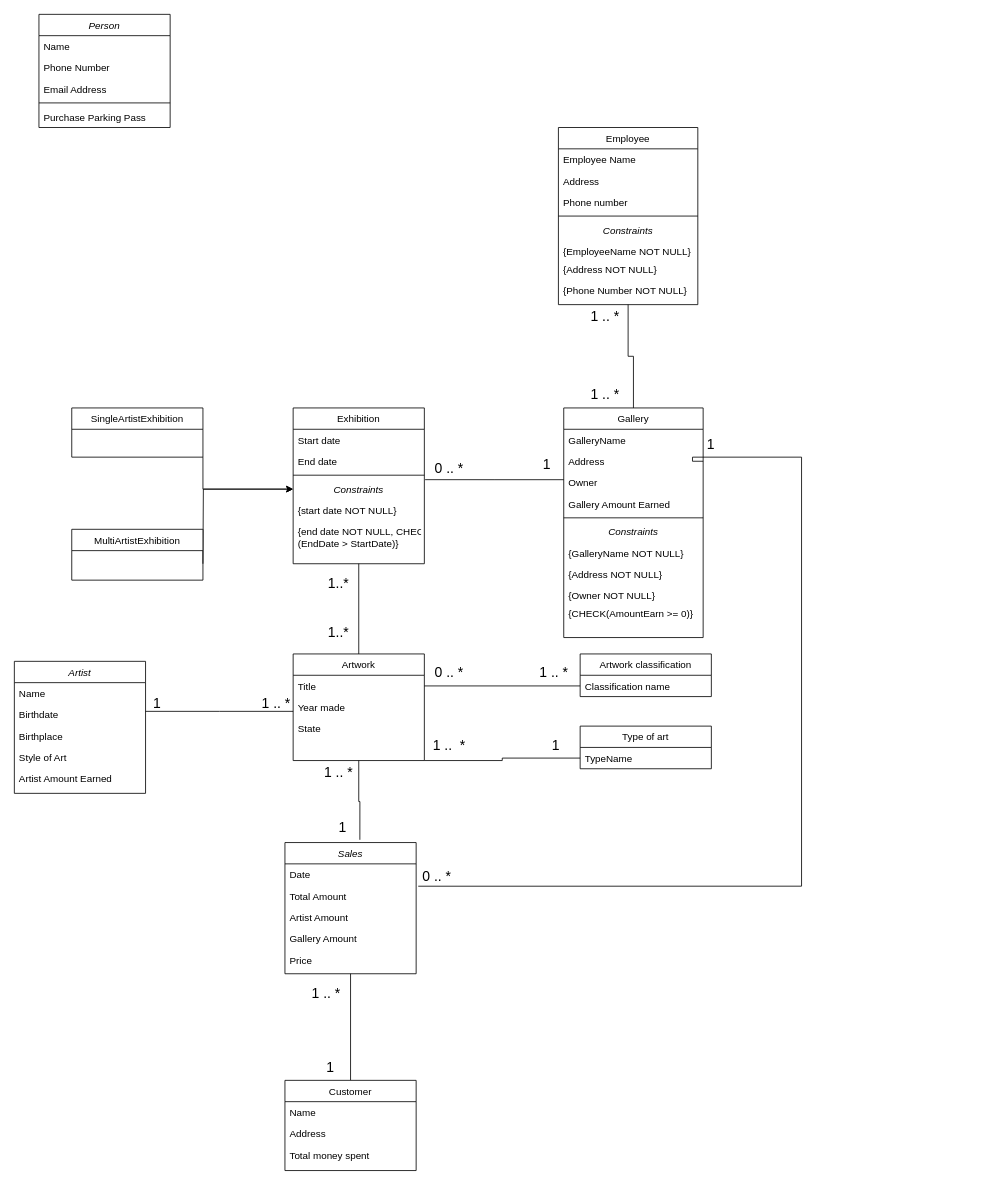
brito-bernardo/database-modeling keeps this draw.io diagram as ArtGallery.drawio. Above is the earlier version. Source tidied: cells renumbered, new cells numbered last; positions are measured from the earlier drawing's top-left corner, leaving out a move shared by most shapes. Both pictures are drawn from the tidied source at 82%, with x=0, y=0 at pixel (14, 14).
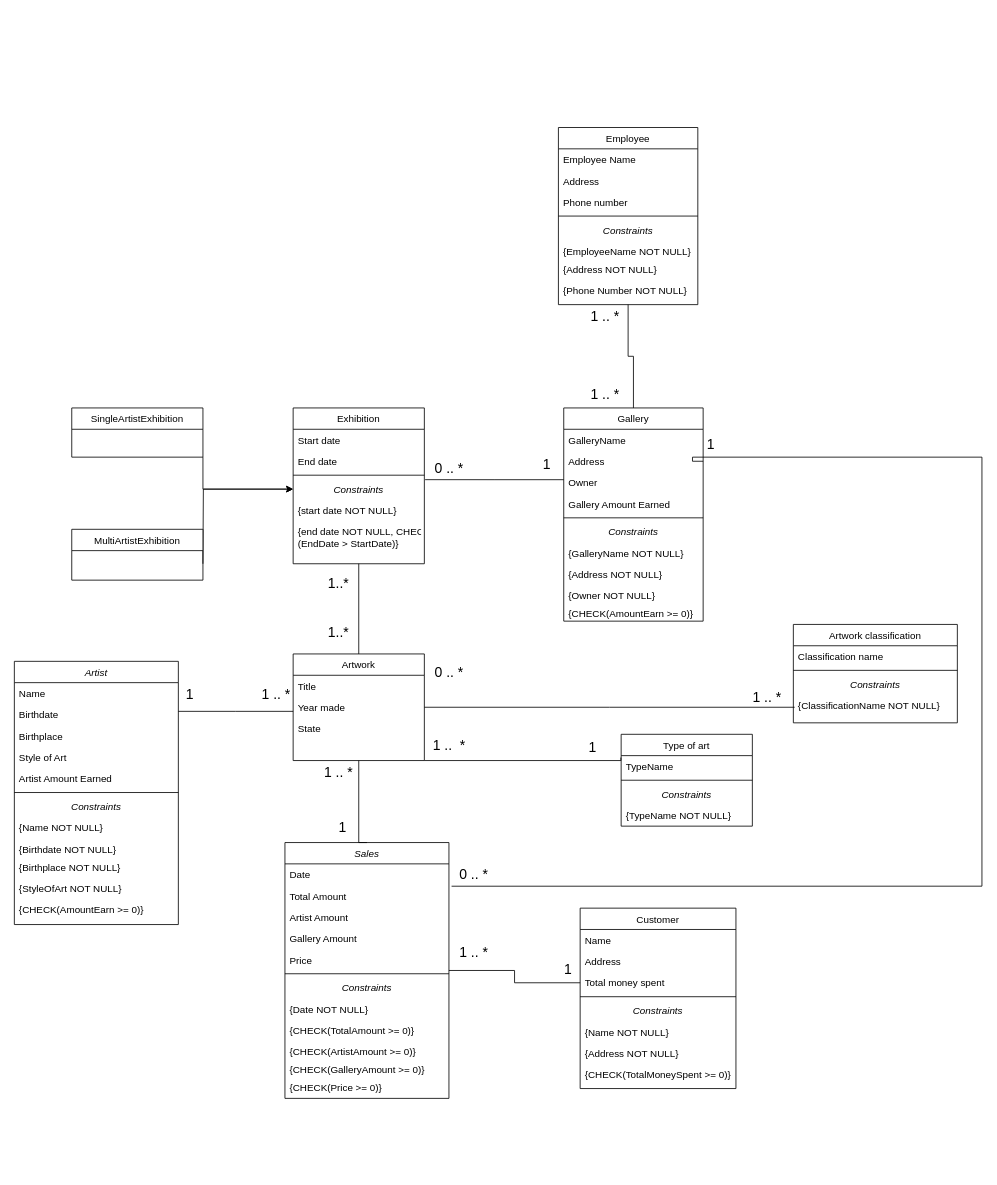
After the change.

Unchanged cells that the change refers to:
```xml
<mxCell id="15" value="Artwork" style="swimlane;fontStyle=0;align=center;verticalAlign=top;horizontal=1;startSize=26;rounded=0;shadow=0;strokeWidth=1;" parent="1" vertex="1">
  <mxGeometry x="340" y="780" width="160" height="130" as="geometry" />
</mxCell>
<mxCell id="16" value="Title" style="text;align=left;verticalAlign=top;spacingLeft=4;spacingRight=4;overflow=hidden;points=[[0,0.5],[1,0.5]];portConstraint=eastwest;" parent="15" vertex="1">
  <mxGeometry y="26" width="160" height="26" as="geometry" />
</mxCell>
<mxCell id="17" value="Year made" style="text;align=left;verticalAlign=top;spacingLeft=4;spacingRight=4;overflow=hidden;points=[[0,0.5],[1,0.5]];portConstraint=eastwest;rounded=0;shadow=0;html=0;" parent="15" vertex="1">
  <mxGeometry y="52" width="160" height="26" as="geometry" />
</mxCell>
<mxCell id="19" style="endArrow=none;shadow=0;strokeWidth=1;rounded=0;endFill=0;edgeStyle=elbowEdgeStyle;elbow=vertical;" parent="1" edge="1" source="2" target="15">
  <mxGeometry x="0.5" y="41" relative="1" as="geometry">
    <mxPoint x="-40" y="32" as="offset" />
  </mxGeometry>
</mxCell>
<mxCell id="36" value="Address" style="text;align=left;verticalAlign=top;spacingLeft=4;spacingRight=4;overflow=hidden;points=[[0,0.5],[1,0.5]];portConstraint=eastwest;rounded=0;shadow=0;html=0;" parent="34" vertex="1">
  <mxGeometry y="52" width="170" height="26" as="geometry" />
</mxCell>
<mxCell id="49" value="TypeName" style="text;align=left;verticalAlign=top;spacingLeft=4;spacingRight=4;overflow=hidden;points=[[0,0.5],[1,0.5]];portConstraint=eastwest;" parent="48" vertex="1">
  <mxGeometry y="26" width="160" height="26" as="geometry" />
</mxCell>
```

What changed in the source:
```diff
@@
     <mxCell id="2" value="Artist" style="swimlane;fontStyle=2;align=center;verticalAlign=top;horizontal=1;startSize=26;rounded=0;shadow=0;strokeWidth=1;" parent="1" vertex="1">
-      <mxGeometry y="789" width="160" height="161" as="geometry" />
+      <mxGeometry y="789" width="200" height="321" as="geometry" />
     </mxCell>
     <mxCell id="3" value="Name" style="text;align=left;verticalAlign=top;spacingLeft=4;spacingRight=4;overflow=hidden;" parent="2" vertex="1">
-      <mxGeometry y="26" width="160" height="26" as="geometry" />
+      <mxGeometry y="26" width="200" height="26" as="geometry" />
     </mxCell>
     <mxCell id="4" value="Birthdate" style="text;align=left;verticalAlign=top;spacingLeft=4;spacingRight=4;overflow=hidden;rounded=0;shadow=0;html=0;" parent="2" vertex="1">
-      <mxGeometry y="52" width="160" height="26" as="geometry" />
+      <mxGeometry y="52" width="200" height="26" as="geometry" />
     </mxCell>
     <mxCell id="5" value="Birthplace" style="text;align=left;verticalAlign=top;spacingLeft=4;spacingRight=4;overflow=hidden;rounded=0;shadow=0;html=0;" parent="2" vertex="1">
-      <mxGeometry y="78" width="160" height="26" as="geometry" />
+      <mxGeometry y="78" width="200" height="26" as="geometry" />
     </mxCell>
     <mxCell id="6" value="Style of Art" style="text;align=left;verticalAlign=top;spacingLeft=4;spacingRight=4;overflow=hidden;rounded=0;shadow=0;html=0;" parent="2" vertex="1">
-      <mxGeometry y="104" width="160" height="26" as="geometry" />
+      <mxGeometry y="104" width="200" height="26" as="geometry" />
     </mxCell>
     <mxCell id="7" value="Artist Amount Earned" style="text;align=left;verticalAlign=top;spacingLeft=4;spacingRight=4;overflow=hidden;rounded=0;shadow=0;html=0;" parent="2" vertex="1">
-      <mxGeometry y="130" width="160" height="26" as="geometry" />
+      <mxGeometry y="130" width="200" height="26" as="geometry" />
     </mxCell>
+    <mxCell id="90" style="line;html=1;strokeWidth=1;align=left;verticalAlign=middle;spacingTop=-1;spacingLeft=3;spacingRight=3;labelPosition=right;" parent="2" vertex="1">
+      <mxGeometry y="156" width="200" height="8" as="geometry" />
+    </mxCell>
+    <mxCell id="91" value="Constraints" style="text;align=center;verticalAlign=top;spacingLeft=4;spacingRight=4;overflow=hidden;fontStyle=2;" parent="2" vertex="1">
+      <mxGeometry y="164" width="200" height="26" as="geometry" />
+    </mxCell>
+    <mxCell id="92" value="{Name NOT NULL}" style="text;align=left;verticalAlign=top;spacingLeft=4;spacingRight=4;overflow=hidden;" parent="2" vertex="1">
+      <mxGeometry y="190" width="200" height="26" as="geometry" />
+    </mxCell>
+    <mxCell id="93" value="{Birthdate NOT NULL}" style="text;align=left;verticalAlign=top;spacingLeft=4;spacingRight=4;overflow=hidden;" parent="2" vertex="1">
+      <mxGeometry y="216" width="200" height="22" as="geometry" />
+    </mxCell>
+    <mxCell id="94" value="{Birthplace NOT NULL}" style="text;align=left;verticalAlign=top;spacingLeft=4;spacingRight=4;overflow=hidden;" parent="2" vertex="1">
+      <mxGeometry y="238" width="200" height="26" as="geometry" />
+    </mxCell>
+    <mxCell id="95" value="{StyleOfArt NOT NULL}" style="text;align=left;verticalAlign=top;spacingLeft=4;spacingRight=4;overflow=hidden;" parent="2" vertex="1">
+      <mxGeometry y="264" width="200" height="26" as="geometry" />
+    </mxCell>
+    <mxCell id="96" value="{CHECK(AmountEarn &gt;= 0)}" style="text;align=left;verticalAlign=top;spacingLeft=4;spacingRight=4;overflow=hidden;" parent="2" vertex="1">
+      <mxGeometry y="290" width="200" height="22" as="geometry" />
+    </mxCell>
     <mxCell id="8" value="Artwork classification" style="swimlane;fontStyle=0;align=center;verticalAlign=top;horizontal=1;startSize=26;rounded=0;shadow=0;strokeWidth=1;" parent="1" vertex="1">
-      <mxGeometry x="690" y="780" width="160" height="52" as="geometry" />
+      <mxGeometry x="950" y="744" width="200" height="120" as="geometry" />
     </mxCell>
     <mxCell id="9" value="Classification name" style="text;align=left;verticalAlign=top;spacingLeft=4;spacingRight=4;overflow=hidden;points=[[0,0.5],[1,0.5]];portConstraint=eastwest;" parent="8" vertex="1">
-      <mxGeometry y="26" width="160" height="26" as="geometry" />
+      <mxGeometry y="26" width="200" height="26" as="geometry" />
     </mxCell>
-    <mxCell id="10" style="edgeStyle=orthogonalEdgeStyle;rounded=0;jettySize=auto;html=1;entryX=0.5;entryY=1;entryDx=0;entryDy=0;endArrow=none;endFill=0;" parent="1" edge="1" source="11" target="53">
-      <mxGeometry relative="1" as="geometry" />
-    </mxCell>
+    <mxCell id="97" style="line;html=1;strokeWidth=1;align=left;verticalAlign=middle;spacingTop=-1;spacingLeft=3;spacingRight=3;labelPosition=right;" parent="8" vertex="1">
+      <mxGeometry y="52" width="200" height="8" as="geometry" />
+    </mxCell>
+    <mxCell id="98" value="Constraints" style="text;align=center;verticalAlign=top;spacingLeft=4;spacingRight=4;overflow=hidden;fontStyle=2;" parent="8" vertex="1">
+      <mxGeometry y="60" width="200" height="26" as="geometry" />
+    </mxCell>
+    <mxCell id="99" value="{ClassificationName NOT NULL}" style="text;align=left;verticalAlign=top;spacingLeft=4;spacingRight=4;overflow=hidden;" parent="8" vertex="1">
+      <mxGeometry y="86" width="200" height="26" as="geometry" />
+    </mxCell>
     <mxCell id="11" value="Customer" style="swimlane;fontStyle=0;align=center;verticalAlign=top;horizontal=1;startSize=26;rounded=0;shadow=0;strokeWidth=1;" parent="1" vertex="1">
-      <mxGeometry x="330" y="1300" width="160" height="110" as="geometry" />
+      <mxGeometry x="690" y="1090" width="190" height="220" as="geometry" />
     </mxCell>
     <mxCell id="12" value="Name" style="text;align=left;verticalAlign=top;spacingLeft=4;spacingRight=4;overflow=hidden;" parent="11" vertex="1">
-      <mxGeometry y="26" width="160" height="26" as="geometry" />
+      <mxGeometry y="26" width="190" height="26" as="geometry" />
     </mxCell>
     <mxCell id="13" value="Address" style="text;align=left;verticalAlign=top;spacingLeft=4;spacingRight=4;overflow=hidden;" parent="11" vertex="1">
-      <mxGeometry y="52" width="160" height="26" as="geometry" />
+      <mxGeometry y="52" width="190" height="26" as="geometry" />
     </mxCell>
     <mxCell id="14" value="Total money spent" style="text;align=left;verticalAlign=top;spacingLeft=4;spacingRight=4;overflow=hidden;points=[[0,0.5],[1,0.5]];portConstraint=eastwest;" parent="11" vertex="1">
-      <mxGeometry y="78" width="160" height="26" as="geometry" />
+      <mxGeometry y="78" width="190" height="26" as="geometry" />
     </mxCell>
+    <mxCell id="100" style="line;html=1;strokeWidth=1;align=left;verticalAlign=middle;spacingTop=-1;spacingLeft=3;spacingRight=3;labelPosition=right;" parent="11" vertex="1">
+      <mxGeometry y="104" width="190" height="8" as="geometry" />
+    </mxCell>
+    <mxCell id="101" value="Constraints" style="text;align=center;verticalAlign=top;spacingLeft=4;spacingRight=4;overflow=hidden;fontStyle=2;" parent="11" vertex="1">
+      <mxGeometry y="112" width="190" height="26" as="geometry" />
+    </mxCell>
+    <mxCell id="102" value="{Name NOT NULL}" style="text;align=left;verticalAlign=top;spacingLeft=4;spacingRight=4;overflow=hidden;" parent="11" vertex="1">
+      <mxGeometry y="138" width="190" height="26" as="geometry" />
+    </mxCell>
+    <mxCell id="103" value="{Address NOT NULL}" style="text;align=left;verticalAlign=top;spacingLeft=4;spacingRight=4;overflow=hidden;" parent="11" vertex="1">
+      <mxGeometry y="164" width="190" height="26" as="geometry" />
+    </mxCell>
+    <mxCell id="104" value="{CHECK(TotalMoneySpent &gt;= 0)} " style="text;align=left;verticalAlign=top;spacingLeft=4;spacingRight=4;overflow=hidden;" parent="11" vertex="1">
+      <mxGeometry y="190" width="190" height="26" as="geometry" />
+    </mxCell>
@@
+    <mxCell id="105" style="edgeStyle=orthogonalEdgeStyle;rounded=0;jettySize=auto;html=1;endArrow=none;endFill=0;" parent="15" edge="1" source="17">
+      <mxGeometry relative="1" as="geometry">
+        <mxPoint x="611.6" y="65" as="targetPoint" />
+      </mxGeometry>
+    </mxCell>
@@
     <mxCell id="20" value="1 .. *" style="align=left;verticalAlign=bottom;labelBackgroundColor=none;fontSize=17;" parent="19" vertex="1">
       <mxGeometry x="-1" relative="1" as="geometry">
-        <mxPoint x="140" as="offset" />
+        <mxPoint x="100" y="-10" as="offset" />
       </mxGeometry>
     </mxCell>
     <mxCell id="21" value="1" style="align=right;verticalAlign=bottom;labelBackgroundColor=none;fontSize=17;" parent="19" vertex="1">
       <mxGeometry x="1" relative="1" as="geometry">
-        <mxPoint x="-160" as="offset" />
+        <mxPoint x="-120" y="-10" as="offset" />
       </mxGeometry>
     </mxCell>
     <mxCell id="22" value="1 .. *&amp;nbsp;" style="text;html=1;align=center;verticalAlign=middle;strokeColor=none;fillColor=none;spacingTop=0;fontSize=17;" parent="1" vertex="1">
-      <mxGeometry x="630" y="789" width="60" height="30" as="geometry" />
+      <mxGeometry x="890" y="819" width="60" height="30" as="geometry" />
     </mxCell>
@@
     <mxCell id="34" value="Gallery" style="swimlane;fontStyle=0;align=center;verticalAlign=top;horizontal=1;startSize=26;rounded=0;shadow=0;strokeWidth=1;" parent="1" vertex="1">
-      <mxGeometry x="670" y="480" width="170" height="280" as="geometry" />
+      <mxGeometry x="670" y="480" width="170" height="260" as="geometry" />
     </mxCell>
@@
-    <mxCell id="47" style="edgeStyle=orthogonalEdgeStyle;rounded=0;jettySize=auto;html=1;entryX=1;entryY=0.5;entryDx=0;entryDy=0;endArrow=none;endFill=0;" parent="1" edge="1" source="9" target="16">
-      <mxGeometry relative="1" as="geometry" />
-    </mxCell>
     <mxCell id="48" value="Type of art" style="swimlane;fontStyle=0;align=center;verticalAlign=top;horizontal=1;startSize=26;rounded=0;shadow=0;strokeWidth=1;" parent="1" vertex="1">
-      <mxGeometry x="690" y="868" width="160" height="52" as="geometry" />
+      <mxGeometry x="740" y="878" width="160" height="112" as="geometry" />
     </mxCell>
@@
+    <mxCell id="106" style="line;html=1;strokeWidth=1;align=left;verticalAlign=middle;spacingTop=-1;spacingLeft=3;spacingRight=3;labelPosition=right;" parent="48" vertex="1">
+      <mxGeometry y="52" width="160" height="8" as="geometry" />
+    </mxCell>
+    <mxCell id="107" value="Constraints" style="text;align=center;verticalAlign=top;spacingLeft=4;spacingRight=4;overflow=hidden;fontStyle=2;" parent="48" vertex="1">
+      <mxGeometry y="60" width="160" height="26" as="geometry" />
+    </mxCell>
+    <mxCell id="108" value="{TypeName NOT NULL}" style="text;align=left;verticalAlign=top;spacingLeft=4;spacingRight=4;overflow=hidden;" parent="48" vertex="1">
+      <mxGeometry y="86" width="160" height="26" as="geometry" />
+    </mxCell>
-    <mxCell id="50" style="edgeStyle=orthogonalEdgeStyle;rounded=0;jettySize=auto;html=1;entryX=1;entryY=1;entryDx=0;entryDy=0;endArrow=none;endFill=0;" parent="1" edge="1" source="49" target="15">
+    <mxCell id="50" style="edgeStyle=orthogonalEdgeStyle;rounded=0;jettySize=auto;html=1;entryX=1;entryY=1;entryDx=0;entryDy=0;endArrow=none;endFill=0;exitX=-0.002;exitY=0.09;exitDx=0;exitDy=0;exitPerimeter=0;" parent="1" edge="1" source="49" target="15">
       <mxGeometry relative="1" as="geometry">
         <Array as="points">
-          <mxPoint x="595" y="907" />
-          <mxPoint x="595" y="910" />
+          <mxPoint x="740" y="910" />
         </Array>
       </mxGeometry>
     </mxCell>
     <mxCell id="51" value="1" style="text;html=1;align=center;verticalAlign=middle;strokeColor=none;fillColor=none;fontSize=17;" parent="1" vertex="1">
-      <mxGeometry x="645" y="878" width="30" height="30" as="geometry" />
+      <mxGeometry x="690" y="880" width="30" height="30" as="geometry" />
     </mxCell>
@@
+    <mxCell id="109" style="edgeStyle=orthogonalEdgeStyle;rounded=0;jettySize=auto;html=1;entryX=0;entryY=0.5;entryDx=0;entryDy=0;endArrow=none;endFill=0;" parent="1" edge="1" source="53" target="14">
+      <mxGeometry relative="1" as="geometry" />
+    </mxCell>
     <mxCell id="53" value="Sales" style="swimlane;fontStyle=2;align=center;verticalAlign=top;horizontal=1;startSize=26;rounded=0;shadow=0;strokeWidth=1;" parent="1" vertex="1">
-      <mxGeometry x="330" y="1010" width="160" height="160" as="geometry" />
+      <mxGeometry x="330" y="1010" width="200" height="312" as="geometry" />
     </mxCell>
     <mxCell id="54" value="Date" style="text;align=left;verticalAlign=top;spacingLeft=4;spacingRight=4;overflow=hidden;" parent="53" vertex="1">
-      <mxGeometry y="26" width="160" height="26" as="geometry" />
+      <mxGeometry y="26" width="200" height="26" as="geometry" />
     </mxCell>
     <mxCell id="55" value="Total Amount" style="text;align=left;verticalAlign=top;spacingLeft=4;spacingRight=4;overflow=hidden;points=[[0,0.5],[1,0.5]];portConstraint=eastwest;rounded=0;shadow=0;html=0;" parent="53" vertex="1">
-      <mxGeometry y="52" width="160" height="26" as="geometry" />
+      <mxGeometry y="52" width="200" height="26" as="geometry" />
     </mxCell>
     <mxCell id="56" value="Artist Amount" style="text;align=left;verticalAlign=top;spacingLeft=4;spacingRight=4;overflow=hidden;rounded=0;shadow=0;html=0;" parent="53" vertex="1">
-      <mxGeometry y="78" width="160" height="26" as="geometry" />
+      <mxGeometry y="78" width="200" height="26" as="geometry" />
     </mxCell>
     <mxCell id="57" value="Gallery Amount" style="text;align=left;verticalAlign=top;spacingLeft=4;spacingRight=4;overflow=hidden;rounded=0;shadow=0;html=0;" parent="53" vertex="1">
-      <mxGeometry y="104" width="160" height="26" as="geometry" />
+      <mxGeometry y="104" width="200" height="26" as="geometry" />
     </mxCell>
     <mxCell id="58" value="Price" style="text;align=left;verticalAlign=top;spacingLeft=4;spacingRight=4;overflow=hidden;rounded=0;shadow=0;html=0;" parent="53" vertex="1">
-      <mxGeometry y="130" width="160" height="26" as="geometry" />
+      <mxGeometry y="130" width="200" height="26" as="geometry" />
     </mxCell>
+    <mxCell id="110" style="line;html=1;strokeWidth=1;align=left;verticalAlign=middle;spacingTop=-1;spacingLeft=3;spacingRight=3;labelPosition=right;" parent="53" vertex="1">
+      <mxGeometry y="156" width="200" height="8" as="geometry" />
+    </mxCell>
+    <mxCell id="111" value="Constraints" style="text;align=center;verticalAlign=top;spacingLeft=4;spacingRight=4;overflow=hidden;fontStyle=2;" parent="53" vertex="1">
+      <mxGeometry y="164" width="200" height="26" as="geometry" />
+    </mxCell>
+    <mxCell id="112" value="{Date NOT NULL}" style="text;align=left;verticalAlign=top;spacingLeft=4;spacingRight=4;overflow=hidden;" parent="53" vertex="1">
+      <mxGeometry y="190" width="200" height="26" as="geometry" />
+    </mxCell>
+    <mxCell id="113" value="{CHECK(TotalAmount &gt;= 0)} " style="text;align=left;verticalAlign=top;spacingLeft=4;spacingRight=4;overflow=hidden;" parent="53" vertex="1">
+      <mxGeometry y="216" width="200" height="26" as="geometry" />
+    </mxCell>
+    <mxCell id="114" value="{CHECK(ArtistAmount &gt;= 0)}" style="text;align=left;verticalAlign=top;spacingLeft=4;spacingRight=4;overflow=hidden;" parent="53" vertex="1">
+      <mxGeometry y="242" width="200" height="22" as="geometry" />
+    </mxCell>
+    <mxCell id="115" value="{CHECK(GalleryAmount &gt;= 0)}" style="text;align=left;verticalAlign=top;spacingLeft=4;spacingRight=4;overflow=hidden;" parent="53" vertex="1">
+      <mxGeometry y="264" width="200" height="22" as="geometry" />
+    </mxCell>
+    <mxCell id="116" value="{CHECK(Price &gt;= 0)}" style="text;align=left;verticalAlign=top;spacingLeft=4;spacingRight=4;overflow=hidden;" parent="53" vertex="1">
+      <mxGeometry y="286" width="200" height="22" as="geometry" />
+    </mxCell>
     <mxCell id="59" value="1 .. *" style="text;html=1;align=center;verticalAlign=middle;strokeColor=none;fillColor=none;fontSize=17;" parent="1" vertex="1">
-      <mxGeometry x="350" y="1180" width="60" height="30" as="geometry" />
+      <mxGeometry x="530" y="1130" width="60" height="30" as="geometry" />
     </mxCell>
     <mxCell id="60" value="1" style="text;html=1;align=center;verticalAlign=middle;strokeColor=none;fillColor=none;fontSize=17;" parent="1" vertex="1">
-      <mxGeometry x="370" y="1270" width="30" height="30" as="geometry" />
+      <mxGeometry x="660" y="1151" width="30" height="30" as="geometry" />
     </mxCell>
-    <mxCell id="61" style="edgeStyle=orthogonalEdgeStyle;rounded=0;jettySize=auto;html=1;entryX=0.571;entryY=-0.021;entryDx=0;entryDy=0;entryPerimeter=0;endArrow=none;endFill=0;" parent="1" edge="1" source="15" target="53">
-      <mxGeometry relative="1" as="geometry" />
+    <mxCell id="61" style="edgeStyle=orthogonalEdgeStyle;rounded=0;jettySize=auto;html=1;entryX=0.5;entryY=0;entryDx=0;entryDy=0;endArrow=none;endFill=0;" parent="1" edge="1" source="15" target="53">
+      <mxGeometry relative="1" as="geometry">
+        <Array as="points">
+          <mxPoint x="420" y="1010" />
+        </Array>
+      </mxGeometry>
     </mxCell>
@@
     <mxCell id="64" style="edgeStyle=orthogonalEdgeStyle;rounded=0;jettySize=auto;html=1;entryX=1.016;entryY=0.048;entryDx=0;entryDy=0;entryPerimeter=0;exitX=1;exitY=0.5;exitDx=0;exitDy=0;endArrow=none;endFill=0;" parent="1" edge="1" source="36" target="55">
       <mxGeometry relative="1" as="geometry">
         <Array as="points">
+          <mxPoint x="827" y="545" />
           <mxPoint x="827" y="540" />
-          <mxPoint x="960" y="540" />
-          <mxPoint x="960" y="1063" />
+          <mxPoint x="1180" y="540" />
+          <mxPoint x="1180" y="1063" />
         </Array>
       </mxGeometry>
     </mxCell>
     <mxCell id="65" value="0 .. *" style="text;html=1;align=center;verticalAlign=middle;strokeColor=none;fillColor=none;fontSize=17;" parent="1" vertex="1">
-      <mxGeometry x="485" y="1037" width="60" height="30" as="geometry" />
+      <mxGeometry x="530" y="1035" width="60" height="30" as="geometry" />
     </mxCell>
@@
-    <mxCell id="79" value="Person" style="swimlane;fontStyle=2;align=center;verticalAlign=top;horizontal=1;startSize=26;rounded=0;shadow=0;strokeWidth=1;" parent="1" vertex="1">
-      <mxGeometry x="30" width="160" height="138" as="geometry" />
-    </mxCell>
-    <mxCell id="80" value="Name" style="text;align=left;verticalAlign=top;spacingLeft=4;spacingRight=4;overflow=hidden;" parent="79" vertex="1">
-      <mxGeometry y="26" width="160" height="26" as="geometry" />
-    </mxCell>
-    <mxCell id="81" value="Phone Number" style="text;align=left;verticalAlign=top;spacingLeft=4;spacingRight=4;overflow=hidden;rounded=0;shadow=0;html=0;" parent="79" vertex="1">
-      <mxGeometry y="52" width="160" height="26" as="geometry" />
-    </mxCell>
-    <mxCell id="82" value="Email Address" style="text;align=left;verticalAlign=top;spacingLeft=4;spacingRight=4;overflow=hidden;rounded=0;shadow=0;html=0;" parent="79" vertex="1">
-      <mxGeometry y="78" width="160" height="26" as="geometry" />
-    </mxCell>
-    <mxCell id="83" style="line;html=1;strokeWidth=1;align=left;verticalAlign=middle;spacingTop=-1;spacingLeft=3;spacingRight=3;labelPosition=right;" parent="79" vertex="1">
-      <mxGeometry y="104" width="160" height="8" as="geometry" />
-    </mxCell>
-    <mxCell id="84" value="Purchase Parking Pass" style="text;align=left;verticalAlign=top;spacingLeft=4;spacingRight=4;overflow=hidden;" parent="79" vertex="1">
-      <mxGeometry y="112" width="160" height="26" as="geometry" />
-    </mxCell>
```
